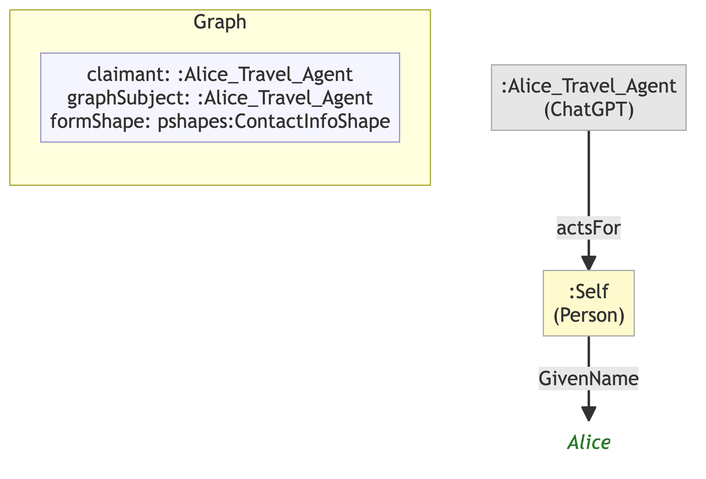
The Mermaid diagram example/graphs/images/graph-67.png in MeeFoundation/mia-ontologies, before a commit. Its source is kept beside it as example/graphs/images/graph-67.mmd.
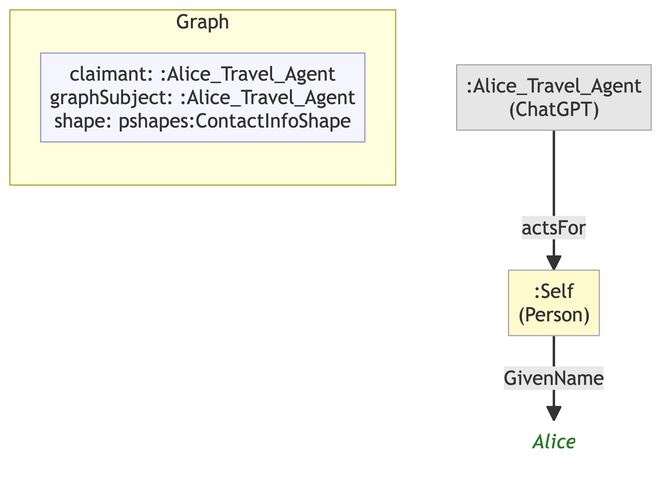
Above is the later version.

Diff of the diagram source:
```diff
@@ -7,12 +7,12 @@
 
     subgraph ctx["Graph"]
         direction LR
-        ctx_meta["claimant: :Alice_Travel_Agent\ngraphSubject: :Alice_Travel_Agent\nformShape: pshapes:ContactInfoShape"]:::meta
+        ctx_meta["claimant: :Alice_Travel_Agent\ngraphSubject: :Alice_Travel_Agent\nshape: pshapes:ContactInfoShape"]:::meta
     end
 
     n3db039067d6d[":Alice_Travel_Agent\n(ChatGPT)"]:::service
     n655e442e50be[":Self\n(Person)"]:::person
-    n3f18e22b93b9("Alice"):::lit
+    n99f6db905eb0("Alice"):::lit
 
     n3db039067d6d -->|"actsFor"| n655e442e50be
-    n655e442e50be -->|"GivenName"| n3f18e22b93b9
+    n655e442e50be -->|"GivenName"| n99f6db905eb0
```
